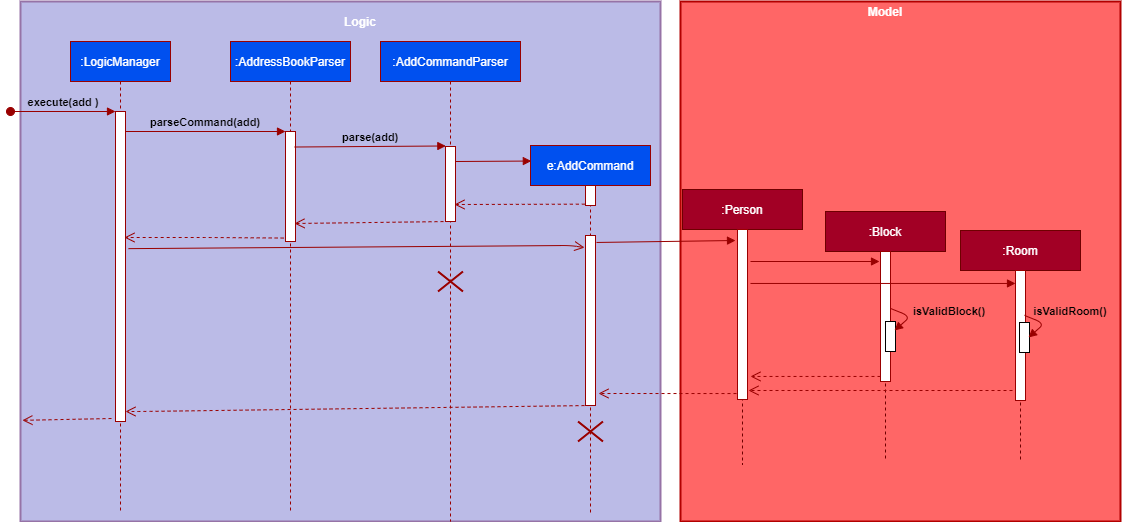
The draw.io diagram docs/images/BlockRoomValidationDiagram.png in yanchenglee98/tp, before a commit. Source tidied: cells renumbered, new cells last; positions are measured from the earlier drawing's top-left corner, leaving out a move shared by most shapes.
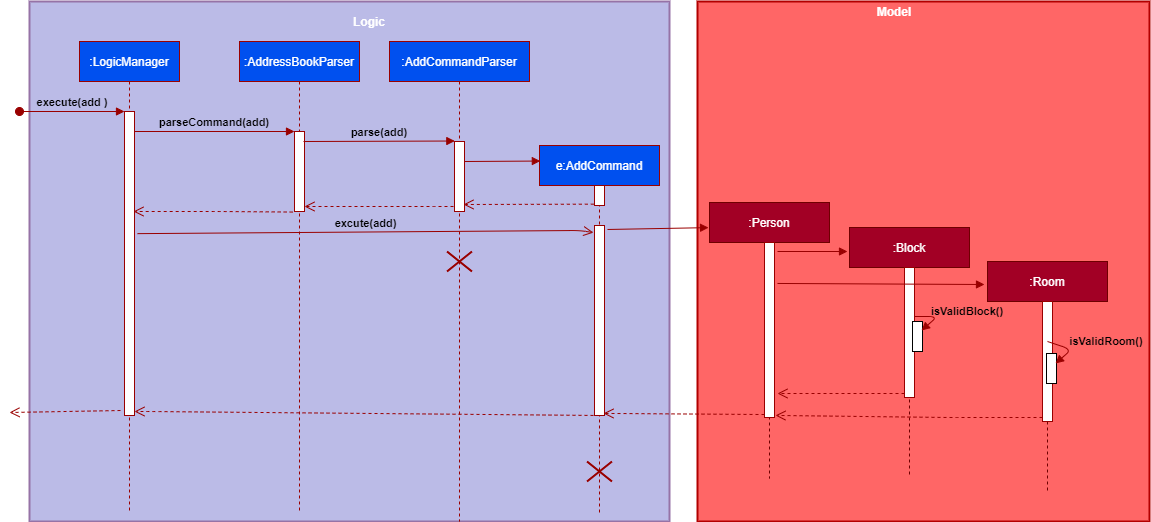
Above is the later version.

Commit message:
Fix block room validation diagram in DG

Change to the diagram source:
```diff
@@ -9,7 +9,7 @@
       <mxGeometry x="60" y="40" width="100" height="470" as="geometry" />
     </mxCell>
     <mxCell id="4" style="points=[];perimeter=orthogonalPerimeter;rounded=0;shadow=0;strokeWidth=1;strokeColor=#990000;" parent="3" vertex="1">
-      <mxGeometry x="45" y="70" width="10" height="310" as="geometry" />
+      <mxGeometry x="45" y="70" width="10" height="304" as="geometry" />
     </mxCell>
     <mxCell id="5" value="execute(add )" style="verticalAlign=bottom;startArrow=oval;endArrow=block;startSize=8;shadow=0;strokeWidth=1;labelBackgroundColor=none;strokeColor=#990000;rounded=0;fontStyle=1;" parent="3" edge="1" target="4">
       <mxGeometry relative="1" as="geometry">
@@ -20,7 +20,7 @@
       <mxGeometry x="220" y="40" width="120" height="470" as="geometry" />
     </mxCell>
     <mxCell id="7" style="points=[];perimeter=orthogonalPerimeter;rounded=0;shadow=0;strokeWidth=1;strokeColor=#990000;" parent="6" vertex="1">
-      <mxGeometry x="55" y="90" width="10" height="110" as="geometry" />
+      <mxGeometry x="55" y="90" width="10" height="80" as="geometry" />
     </mxCell>
     <mxCell id="8" value="parseCommand(add)" style="verticalAlign=bottom;endArrow=block;entryX=0;entryY=0;shadow=0;strokeWidth=1;labelBackgroundColor=none;strokeColor=#990000;fontStyle=1;" parent="1" edge="1" source="4" target="7">
       <mxGeometry relative="1" as="geometry" />
@@ -32,17 +32,17 @@
       <mxGeometry x="55" y="40" width="10" height="20" as="geometry" />
     </mxCell>
     <mxCell id="11" style="points=[];perimeter=orthogonalPerimeter;rounded=0;shadow=0;strokeWidth=1;strokeColor=#990000;" parent="9" vertex="1">
-      <mxGeometry x="55" y="90" width="10" height="170" as="geometry" />
+      <mxGeometry x="55" y="80" width="10" height="190" as="geometry" />
     </mxCell>
     <mxCell id="12" style="shape=umlDestroy;whiteSpace=wrap;html=1;strokeWidth=2;labelBackgroundColor=none;fontColor=#990000;strokeColor=#990000;" parent="9" vertex="1">
-      <mxGeometry x="47.5" y="276" width="25" height="20" as="geometry" />
+      <mxGeometry x="47.5" y="316" width="25" height="20" as="geometry" />
     </mxCell>
     <mxCell id="13" style="html=1;verticalAlign=bottom;endArrow=open;dashed=1;endSize=8;labelBackgroundColor=none;exitX=-0.083;exitY=1.005;exitDx=0;exitDy=0;exitPerimeter=0;strokeColor=#990000;" parent="1" edge="1">
       <mxGeometry relative="1" as="geometry">
-        <mxPoint x="273.2" y="236.5" as="sourcePoint" />
-        <mxPoint x="114" y="236" as="targetPoint" />
+        <mxPoint x="273.2" y="210.5" as="sourcePoint" />
+        <mxPoint x="114" y="210" as="targetPoint" />
         <Array as="points">
-          <mxPoint x="199" y="236" />
+          <mxPoint x="199" y="210" />
         </Array>
       </mxGeometry>
     </mxCell>
@@ -50,7 +50,7 @@
       <mxGeometry x="370" y="40" width="140" height="480" as="geometry" />
     </mxCell>
     <mxCell id="15" style="points=[];perimeter=orthogonalPerimeter;rounded=0;shadow=0;strokeWidth=1;strokeColor=#990000;" parent="14" vertex="1">
-      <mxGeometry x="65" y="105" width="10" height="75" as="geometry" />
+      <mxGeometry x="65" y="100" width="10" height="70" as="geometry" />
     </mxCell>
     <mxCell id="16" style="html=1;verticalAlign=bottom;endArrow=block;labelBackgroundColor=none;entryX=0.007;entryY=0.042;entryDx=0;entryDy=0;entryPerimeter=0;strokeColor=#990000;" parent="14" edge="1" target="9">
       <mxGeometry relative="1" as="geometry">
@@ -58,10 +58,12 @@
       </mxGeometry>
     </mxCell>
     <mxCell id="17" style="shape=umlDestroy;whiteSpace=wrap;html=1;strokeWidth=2;labelBackgroundColor=none;fontColor=#990000;strokeColor=#990000;" parent="14" vertex="1">
-      <mxGeometry x="57.5" y="230" width="25" height="20" as="geometry" />
+      <mxGeometry x="57.5" y="210" width="25" height="20" as="geometry" />
     </mxCell>
-    <mxCell id="18" value="parse(add)" style="verticalAlign=bottom;endArrow=block;shadow=0;strokeWidth=1;labelBackgroundColor=none;entryX=0.033;entryY=-0.007;entryDx=0;entryDy=0;entryPerimeter=0;exitX=0.917;exitY=0.141;exitDx=0;exitDy=0;exitPerimeter=0;strokeColor=#990000;fontStyle=1;" parent="1" edge="1" source="7" target="15">
-      <mxGeometry relative="1" as="geometry" />
+    <mxCell id="18" value="parse(add)" style="verticalAlign=bottom;endArrow=block;shadow=0;strokeWidth=1;labelBackgroundColor=none;entryX=0.033;entryY=-0.007;entryDx=0;entryDy=0;entryPerimeter=0;strokeColor=#990000;fontStyle=1;" parent="1" edge="1" target="15">
+      <mxGeometry relative="1" as="geometry">
+        <mxPoint x="284" y="140" as="sourcePoint" />
+      </mxGeometry>
     </mxCell>
     <mxCell id="19" style="html=1;verticalAlign=bottom;endArrow=open;dashed=1;endSize=8;labelBackgroundColor=none;fontColor=#000000;exitX=-0.067;exitY=0.983;exitDx=0;exitDy=0;exitPerimeter=0;strokeColor=#990000;" parent="1" edge="1">
       <mxGeometry relative="1" as="geometry">
@@ -69,9 +71,13 @@
         <mxPoint x="444" y="203" as="targetPoint" />
       </mxGeometry>
     </mxCell>
-    <mxCell id="20" style="html=1;verticalAlign=bottom;endArrow=open;dashed=1;endSize=8;labelBackgroundColor=none;fontColor=#000000;exitX=0.4;exitY=1;exitDx=0;exitDy=0;exitPerimeter=0;strokeColor=#990000;" parent="1" edge="1" source="15">
+    <mxCell id="20" style="html=1;verticalAlign=bottom;endArrow=open;dashed=1;endSize=8;labelBackgroundColor=none;fontColor=#000000;strokeColor=#990000;" parent="1" edge="1">
       <mxGeometry relative="1" as="geometry">
-        <mxPoint x="284" y="222" as="targetPoint" />
+        <mxPoint x="434" y="205" as="sourcePoint" />
+        <mxPoint x="285" y="205" as="targetPoint" />
+        <Array as="points">
+          <mxPoint x="405" y="205" />
+        </Array>
       </mxGeometry>
     </mxCell>
     <mxCell id="21" style="html=1;verticalAlign=bottom;endArrow=open;dashed=1;endSize=8;labelBackgroundColor=none;fontColor=#000000;exitX=0.5;exitY=1;exitDx=0;exitDy=0;exitPerimeter=0;strokeColor=#990000;" parent="1" edge="1" source="11" target="4">
@@ -81,107 +87,109 @@
         </Array>
       </mxGeometry>
     </mxCell>
-    <mxCell id="22" style="html=1;verticalAlign=bottom;endArrow=open;dashed=1;endSize=8;labelBackgroundColor=none;fontColor=#000000;exitX=-0.4;exitY=0.971;exitDx=0;exitDy=0;exitPerimeter=0;strokeColor=#990000;entryX=0.003;entryY=0.792;entryDx=0;entryDy=0;entryPerimeter=0;" parent="1" edge="1">
+    <mxCell id="22" style="html=1;verticalAlign=bottom;endArrow=open;dashed=1;endSize=8;labelBackgroundColor=none;fontColor=#000000;exitX=-0.4;exitY=0.971;exitDx=0;exitDy=0;exitPerimeter=0;strokeColor=#990000;" parent="1" edge="1">
       <mxGeometry relative="1" as="geometry">
-        <mxPoint x="101" y="417" as="sourcePoint" />
-        <mxPoint x="11.9" y="418.8" as="targetPoint" />
+        <mxPoint x="101" y="409" as="sourcePoint" />
+        <mxPoint x="-10" y="411" as="targetPoint" />
       </mxGeometry>
     </mxCell>
     <mxCell id="23" value="&lt;font color=&quot;#ffffff&quot;&gt;&lt;b&gt;Logic&lt;/b&gt;&lt;/font&gt;" style="text;html=1;strokeColor=none;fillColor=none;align=center;verticalAlign=middle;whiteSpace=wrap;rounded=0;labelBackgroundColor=none;fontColor=#000000;" parent="1" vertex="1">
       <mxGeometry x="330" y="10" width="40" height="20" as="geometry" />
     </mxCell>
     <mxCell id="24" value="&lt;br&gt;&lt;br&gt;" style="rounded=0;whiteSpace=wrap;html=1;labelBackgroundColor=none;strokeColor=#B20000;strokeWidth=2;fontColor=#ffffff;fillColor=#FF6666;" parent="1" vertex="1">
-      <mxGeometry x="670" width="440" height="520" as="geometry" />
+      <mxGeometry x="678" width="452" height="520" as="geometry" />
     </mxCell>
     <mxCell id="25" value=":Person" style="shape=umlLifeline;perimeter=lifelinePerimeter;rounded=0;shadow=0;strokeWidth=1;fillColor=#a20025;fontColor=#ffffff;strokeColor=#6F0000;" parent="1" vertex="1">
-      <mxGeometry x="672" y="188" width="120" height="275" as="geometry" />
+      <mxGeometry x="690" y="201" width="120" height="276" as="geometry" />
     </mxCell>
     <mxCell id="26" style="points=[];perimeter=orthogonalPerimeter;rounded=0;shadow=0;strokeWidth=1;strokeColor=#990000;" parent="25" vertex="1">
-      <mxGeometry x="55" y="40" width="10" height="170" as="geometry" />
+      <mxGeometry x="55" y="40" width="10" height="175" as="geometry" />
     </mxCell>
     <mxCell id="27" value="&lt;font color=&quot;#ffffff&quot;&gt;&lt;b&gt;Model&lt;/b&gt;&lt;/font&gt;" style="text;html=1;strokeColor=none;fillColor=none;align=center;verticalAlign=middle;whiteSpace=wrap;rounded=0;labelBackgroundColor=none;fontColor=#000000;" parent="1" vertex="1">
       <mxGeometry x="855" width="40" height="20" as="geometry" />
     </mxCell>
-    <mxCell id="28" style="html=1;verticalAlign=bottom;endArrow=block;labelBackgroundColor=none;strokeColor=#990000;entryX=0;entryY=0.15;entryDx=0;entryDy=0;entryPerimeter=0;exitX=1.3;exitY=0.054;exitDx=0;exitDy=0;exitPerimeter=0;" parent="1" edge="1">
-      <mxGeometry relative="1" as="geometry">
-        <mxPoint x="586" y="241" as="sourcePoint" />
-        <mxPoint x="725" y="239" as="targetPoint" />
-      </mxGeometry>
-    </mxCell>
     <mxCell id="29" value=":Block" style="shape=umlLifeline;perimeter=lifelinePerimeter;rounded=0;shadow=0;strokeWidth=1;fillColor=#a20025;fontColor=#ffffff;strokeColor=#6F0000;" parent="1" vertex="1">
-      <mxGeometry x="815" y="210" width="120" height="250" as="geometry" />
+      <mxGeometry x="830" y="226" width="120" height="250" as="geometry" />
     </mxCell>
     <mxCell id="30" style="points=[];perimeter=orthogonalPerimeter;rounded=0;shadow=0;strokeWidth=1;strokeColor=#990000;" parent="29" vertex="1">
       <mxGeometry x="55" y="40" width="10" height="130" as="geometry" />
     </mxCell>
     <mxCell id="31" value=":Room" style="shape=umlLifeline;perimeter=lifelinePerimeter;rounded=0;shadow=0;strokeWidth=1;fillColor=#a20025;fontColor=#ffffff;strokeColor=#6F0000;" parent="1" vertex="1">
-      <mxGeometry x="950" y="229" width="120" height="230" as="geometry" />
+      <mxGeometry x="968" y="260" width="120" height="230" as="geometry" />
     </mxCell>
     <mxCell id="32" style="points=[];perimeter=orthogonalPerimeter;rounded=0;shadow=0;strokeWidth=1;strokeColor=#990000;" parent="31" vertex="1">
-      <mxGeometry x="55" y="40" width="10" height="130" as="geometry" />
+      <mxGeometry x="55" y="40" width="10" height="120" as="geometry" />
     </mxCell>
     <mxCell id="33" style="html=1;perimeter=orthogonalPerimeter;" parent="31" vertex="1">
       <mxGeometry x="59" y="92" width="10" height="30" as="geometry" />
     </mxCell>
-    <mxCell id="34" style="html=1;verticalAlign=bottom;endArrow=block;labelBackgroundColor=none;strokeColor=#990000;entryX=0;entryY=0.15;entryDx=0;entryDy=0;entryPerimeter=0;" parent="1" edge="1">
+    <mxCell id="34" style="html=1;verticalAlign=bottom;endArrow=block;labelBackgroundColor=none;strokeColor=#990000;" parent="1" edge="1">
       <mxGeometry relative="1" as="geometry">
-        <mxPoint x="740" y="260" as="sourcePoint" />
-        <mxPoint x="869" y="260" as="targetPoint" />
+        <mxPoint x="758" y="250" as="sourcePoint" />
+        <mxPoint x="828" y="250" as="targetPoint" />
       </mxGeometry>
     </mxCell>
-    <mxCell id="35" style="html=1;verticalAlign=bottom;endArrow=block;labelBackgroundColor=none;strokeColor=#990000;exitX=1.3;exitY=0.054;exitDx=0;exitDy=0;exitPerimeter=0;" parent="1" edge="1" target="32">
+    <mxCell id="35" style="html=1;verticalAlign=bottom;endArrow=block;labelBackgroundColor=none;strokeColor=#990000;exitX=1.3;exitY=0.054;exitDx=0;exitDy=0;exitPerimeter=0;entryX=-0.025;entryY=0.1;entryDx=0;entryDy=0;entryPerimeter=0;" parent="1" edge="1" target="31">
       <mxGeometry relative="1" as="geometry">
-        <mxPoint x="740" y="282" as="sourcePoint" />
+        <mxPoint x="758" y="282" as="sourcePoint" />
       </mxGeometry>
     </mxCell>
     <mxCell id="36" style="html=1;points=[];perimeter=orthogonalPerimeter;" parent="1" vertex="1">
-      <mxGeometry x="875" y="320" width="10" height="30" as="geometry" />
+      <mxGeometry x="893" y="320" width="10" height="30" as="geometry" />
     </mxCell>
-    <mxCell id="37" style="html=1;verticalAlign=bottom;endArrow=block;labelBackgroundColor=none;strokeColor=#990000;exitX=1;exitY=0.438;exitDx=0;exitDy=0;exitPerimeter=0;entryX=0.9;entryY=0.3;entryDx=0;entryDy=0;entryPerimeter=0;" parent="1" edge="1" source="30" target="36">
+    <mxCell id="37" style="html=1;verticalAlign=bottom;endArrow=block;labelBackgroundColor=none;strokeColor=#990000;entryX=0.9;entryY=0.3;entryDx=0;entryDy=0;entryPerimeter=0;" parent="1" edge="1" source="30" target="36">
       <mxGeometry relative="1" as="geometry">
         <Array as="points">
-          <mxPoint x="900" y="315" />
+          <mxPoint x="918" y="315" />
         </Array>
       </mxGeometry>
     </mxCell>
-    <mxCell id="38" style="html=1;verticalAlign=bottom;endArrow=block;labelBackgroundColor=none;strokeColor=#990000;exitX=1;exitY=0.438;exitDx=0;exitDy=0;exitPerimeter=0;entryX=0.9;entryY=0.3;entryDx=0;entryDy=0;entryPerimeter=0;" parent="1" edge="1">
+    <mxCell id="38" style="html=1;verticalAlign=bottom;endArrow=block;labelBackgroundColor=none;strokeColor=#990000;entryX=0.9;entryY=0.3;entryDx=0;entryDy=0;entryPerimeter=0;" parent="1" edge="1">
       <mxGeometry relative="1" as="geometry">
-        <mxPoint x="1014" y="313.9" as="sourcePoint" />
-        <mxPoint x="1018" y="336" as="targetPoint" />
+        <mxPoint x="1028" y="340" as="sourcePoint" />
+        <mxPoint x="1036" y="362" as="targetPoint" />
         <Array as="points">
-          <mxPoint x="1034" y="322" />
+          <mxPoint x="1052" y="348" />
         </Array>
       </mxGeometry>
     </mxCell>
     <mxCell id="39" value="isValidBlock()" style="text;html=1;strokeColor=none;fillColor=none;align=center;verticalAlign=middle;whiteSpace=wrap;rounded=0;fontSize=11;fontStyle=1;" parent="1" vertex="1">
-      <mxGeometry x="919" y="300" width="40" height="20" as="geometry" />
+      <mxGeometry x="928" y="300" width="40" height="20" as="geometry" />
     </mxCell>
     <mxCell id="40" value="isValidRoom()" style="text;html=1;strokeColor=none;fillColor=none;align=center;verticalAlign=middle;whiteSpace=wrap;rounded=0;fontSize=11;fontStyle=1;" parent="1" vertex="1">
-      <mxGeometry x="1040" y="300" width="40" height="20" as="geometry" />
+      <mxGeometry x="1067" y="330" width="40" height="20" as="geometry" />
     </mxCell>
-    <mxCell id="41" style="html=1;verticalAlign=bottom;endArrow=open;dashed=1;endSize=8;labelBackgroundColor=none;fontColor=#000000;strokeColor=#990000;" parent="1" edge="1" source="30">
+    <mxCell id="41" style="html=1;verticalAlign=bottom;endArrow=open;dashed=1;endSize=8;labelBackgroundColor=none;fontColor=#000000;strokeColor=#990000;" parent="1" edge="1">
       <mxGeometry relative="1" as="geometry">
-        <mxPoint x="740" y="375" as="targetPoint" />
+        <mxPoint x="885" y="392" as="sourcePoint" />
+        <mxPoint x="758" y="392" as="targetPoint" />
       </mxGeometry>
     </mxCell>
-    <mxCell id="42" style="html=1;verticalAlign=bottom;endArrow=open;dashed=1;endSize=8;labelBackgroundColor=none;fontColor=#000000;strokeColor=#990000;entryX=1.1;entryY=0.947;entryDx=0;entryDy=0;entryPerimeter=0;" parent="1" edge="1" target="26">
+    <mxCell id="42" style="html=1;verticalAlign=bottom;endArrow=open;dashed=1;endSize=8;labelBackgroundColor=none;fontColor=#000000;strokeColor=#990000;entryX=1.1;entryY=0.947;entryDx=0;entryDy=0;entryPerimeter=0;" parent="1" edge="1">
       <mxGeometry relative="1" as="geometry">
-        <mxPoint x="1002" y="389" as="sourcePoint" />
+        <mxPoint x="1023" y="416" as="sourcePoint" />
+        <mxPoint x="756" y="413.9" as="targetPoint" />
+        <Array as="points">
+          <mxPoint x="928" y="416" />
+        </Array>
       </mxGeometry>
     </mxCell>
-    <mxCell id="43" style="html=1;verticalAlign=bottom;endArrow=open;dashed=1;endSize=8;labelBackgroundColor=none;fontColor=#000000;strokeColor=#990000;exitX=-0.1;exitY=0.965;exitDx=0;exitDy=0;exitPerimeter=0;" parent="1" edge="1" source="26">
-      <mxGeometry relative="1" as="geometry">
-        <mxPoint x="588" y="392" as="targetPoint" />
-      </mxGeometry>
+    <mxCell id="43" style="html=1;verticalAlign=bottom;endArrow=open;dashed=1;endSize=8;labelBackgroundColor=none;fontColor=#000000;strokeColor=#990000;entryX=0.9;entryY=0.989;entryDx=0;entryDy=0;entryPerimeter=0;exitX=0;exitY=0.983;exitDx=0;exitDy=0;exitPerimeter=0;" parent="1" edge="1" source="26" target="11">
+      <mxGeometry relative="1" as="geometry" />
     </mxCell>
-    <mxCell id="44" style="html=1;verticalAlign=bottom;endArrow=open;endSize=8;labelBackgroundColor=none;fontColor=#000000;exitX=1.3;exitY=0.494;exitDx=0;exitDy=0;exitPerimeter=0;strokeColor=#990000;entryX=-0.1;entryY=0.124;entryDx=0;entryDy=0;entryPerimeter=0;" parent="1" edge="1">
+    <mxCell id="44" value="&lt;b&gt;excute(add)&lt;/b&gt;" style="html=1;verticalAlign=bottom;endArrow=open;endSize=8;labelBackgroundColor=none;fontColor=#000000;exitX=1.3;exitY=0.494;exitDx=0;exitDy=0;exitPerimeter=0;strokeColor=#990000;entryX=-0.1;entryY=0.124;entryDx=0;entryDy=0;entryPerimeter=0;" parent="1" edge="1">
       <mxGeometry relative="1" as="geometry">
-        <mxPoint x="118" y="247.1" as="sourcePoint" />
-        <mxPoint x="574" y="246.1" as="targetPoint" />
+        <mxPoint x="118" y="232.1" as="sourcePoint" />
+        <mxPoint x="574" y="231.1" as="targetPoint" />
         <Array as="points">
-          <mxPoint x="560" y="244" />
+          <mxPoint x="560" y="229" />
         </Array>
       </mxGeometry>
     </mxCell>
+    <mxCell id="28" style="html=1;verticalAlign=bottom;endArrow=block;labelBackgroundColor=none;strokeColor=#990000;exitX=1.3;exitY=0.054;exitDx=0;exitDy=0;exitPerimeter=0;entryX=-0.008;entryY=0.091;entryDx=0;entryDy=0;entryPerimeter=0;" parent="1" edge="1" target="25">
+      <mxGeometry relative="1" as="geometry">
+        <mxPoint x="588" y="228" as="sourcePoint" />
+      </mxGeometry>
+    </mxCell>
   </root>
 </mxGraphModel>
```
